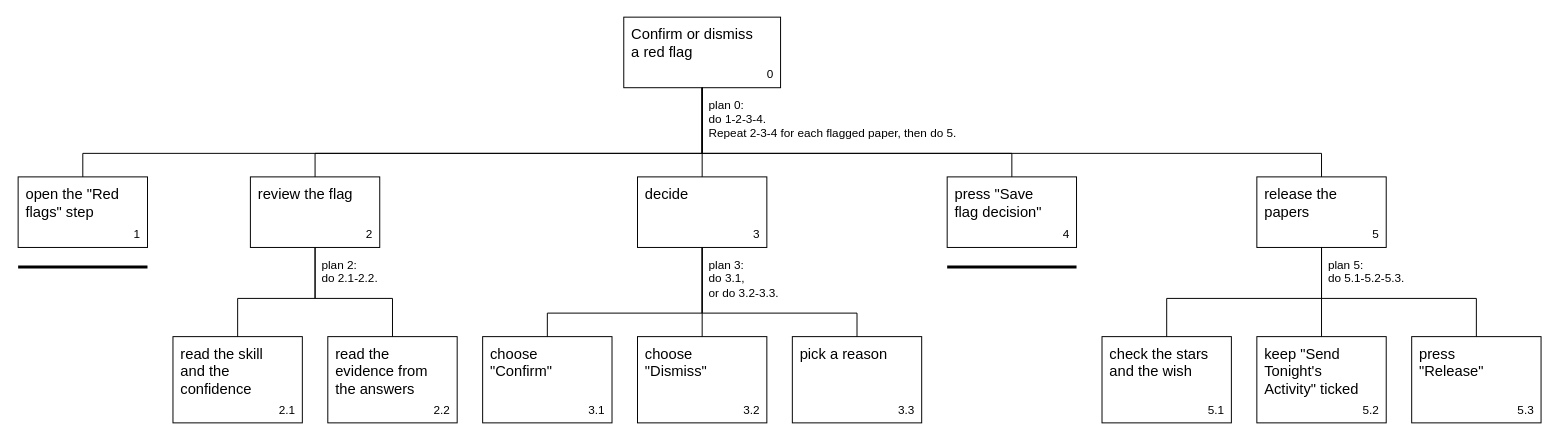
The draw.io diagram page "T2 Confirm or dismiss red flag" (2 of 4) of Sprout_HTDs/Teacher_HTDs.drawio in AmrKoura/HCI_DAMNS, before the edit. Source tidied: cells renumbered, new cells numbered last; positions are measured from the earlier drawing's top-left corner, leaving out a move shared by most shapes. Both pictures are drawn from the tidied source at 98%, with x=0, y=0 at pixel (18, 17).
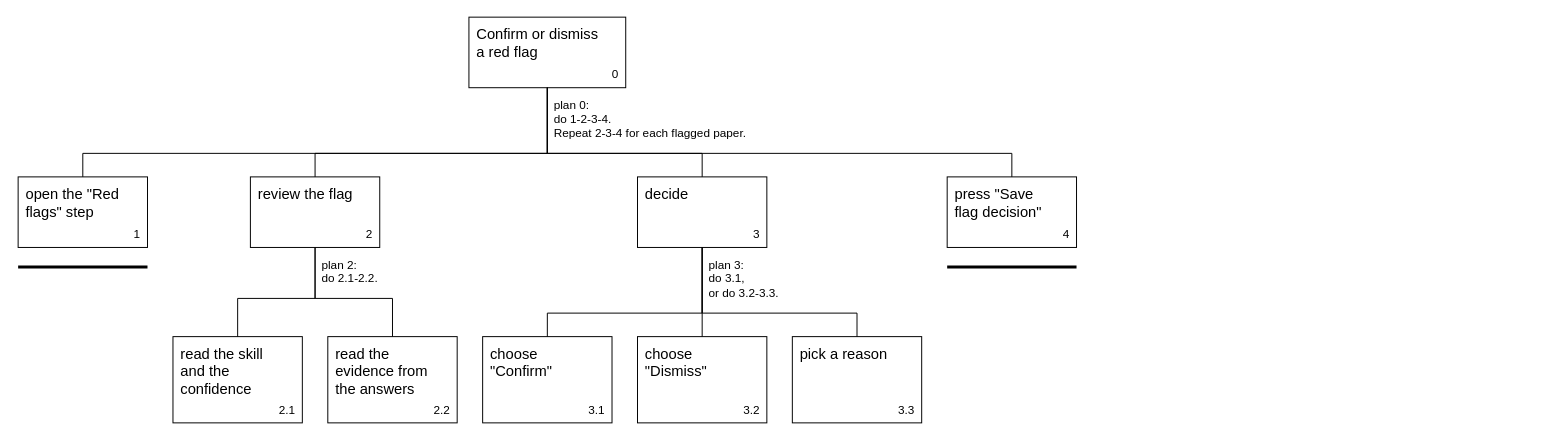
After the change.

Commit message (it also covers changes not shown here):
M3: widen T1 to full grading, add T4 Return the results, split release out of T2

The change refers to these unchanged cells:
```xml
<mxCell id="4" value="open the &quot;Red flags&quot; step" style="rounded=0;whiteSpace=wrap;html=1;fillColor=#FFFFFF;strokeColor=#000000;fontColor=#000000;fontFamily=Helvetica;fontSize=15;align=left;verticalAlign=top;spacingLeft=6;spacingTop=2;spacingRight=22;" parent="1" vertex="1">
  <mxGeometry y="163" width="132" height="72" as="geometry" />
</mxCell>
<mxCell id="6" value="review the flag" style="rounded=0;whiteSpace=wrap;html=1;fillColor=#FFFFFF;strokeColor=#000000;fontColor=#000000;fontFamily=Helvetica;fontSize=15;align=left;verticalAlign=top;spacingLeft=6;spacingTop=2;spacingRight=22;" parent="1" vertex="1">
  <mxGeometry x="237" y="163" width="132" height="72" as="geometry" />
</mxCell>
<mxCell id="12" value="decide" style="rounded=0;whiteSpace=wrap;html=1;fillColor=#FFFFFF;strokeColor=#000000;fontColor=#000000;fontFamily=Helvetica;fontSize=15;align=left;verticalAlign=top;spacingLeft=6;spacingTop=2;spacingRight=22;" parent="1" vertex="1">
  <mxGeometry x="632" y="163" width="132" height="72" as="geometry" />
</mxCell>
<mxCell id="20" value="press &quot;Save flag decision&quot;" style="rounded=0;whiteSpace=wrap;html=1;fillColor=#FFFFFF;strokeColor=#000000;fontColor=#000000;fontFamily=Helvetica;fontSize=15;align=left;verticalAlign=top;spacingLeft=6;spacingTop=2;spacingRight=22;" parent="1" vertex="1">
  <mxGeometry x="948" y="163" width="132" height="72" as="geometry" />
</mxCell>
```

Diff of the diagram source:
```diff
@@
     <mxCell id="2" value="Confirm or dismiss a red flag" style="rounded=0;whiteSpace=wrap;html=1;fillColor=#FFFFFF;strokeColor=#000000;fontColor=#000000;fontFamily=Helvetica;fontSize=15;align=left;verticalAlign=top;spacingLeft=6;spacingTop=2;spacingRight=22;" parent="1" vertex="1">
-      <mxGeometry x="618" width="160" height="72" as="geometry" />
+      <mxGeometry x="460" width="160" height="72" as="geometry" />
     </mxCell>
     <mxCell id="3" value="0" style="text;html=1;fontFamily=Helvetica;fontSize=12;align=right;verticalAlign=bottom;fontColor=#000000;" parent="1" vertex="1">
-      <mxGeometry x="758" y="50" width="14" height="18" as="geometry" />
+      <mxGeometry x="600" y="50" width="14" height="18" as="geometry" />
     </mxCell>
@@
-    <mxCell id="22" value="release the papers" style="rounded=0;whiteSpace=wrap;html=1;fillColor=#FFFFFF;strokeColor=#000000;fontColor=#000000;fontFamily=Helvetica;fontSize=15;align=left;verticalAlign=top;spacingLeft=6;spacingTop=2;spacingRight=22;" parent="1" vertex="1">
-      <mxGeometry x="1264" y="163" width="132" height="72" as="geometry" />
-    </mxCell>
-    <mxCell id="23" value="5" style="text;html=1;fontFamily=Helvetica;fontSize=12;align=right;verticalAlign=bottom;fontColor=#000000;" parent="1" vertex="1">
-      <mxGeometry x="1376" y="213" width="14" height="18" as="geometry" />
-    </mxCell>
-    <mxCell id="24" value="check the stars and the wish" style="rounded=0;whiteSpace=wrap;html=1;fillColor=#FFFFFF;strokeColor=#000000;fontColor=#000000;fontFamily=Helvetica;fontSize=15;align=left;verticalAlign=top;spacingLeft=6;spacingTop=2;spacingRight=22;" parent="1" vertex="1">
-      <mxGeometry x="1106" y="326" width="132" height="88" as="geometry" />
-    </mxCell>
-    <mxCell id="25" value="5.1" style="text;html=1;fontFamily=Helvetica;fontSize=12;align=right;verticalAlign=bottom;fontColor=#000000;" parent="1" vertex="1">
-      <mxGeometry x="1208" y="392" width="24" height="18" as="geometry" />
-    </mxCell>
-    <mxCell id="26" value="keep &quot;Send Tonight's Activity&quot; ticked" style="rounded=0;whiteSpace=wrap;html=1;fillColor=#FFFFFF;strokeColor=#000000;fontColor=#000000;fontFamily=Helvetica;fontSize=15;align=left;verticalAlign=top;spacingLeft=6;spacingTop=2;spacingRight=22;" parent="1" vertex="1">
-      <mxGeometry x="1264" y="326" width="132" height="88" as="geometry" />
-    </mxCell>
-    <mxCell id="27" value="5.2" style="text;html=1;fontFamily=Helvetica;fontSize=12;align=right;verticalAlign=bottom;fontColor=#000000;" parent="1" vertex="1">
-      <mxGeometry x="1366" y="392" width="24" height="18" as="geometry" />
-    </mxCell>
-    <mxCell id="28" value="press &quot;Release&quot;" style="rounded=0;whiteSpace=wrap;html=1;fillColor=#FFFFFF;strokeColor=#000000;fontColor=#000000;fontFamily=Helvetica;fontSize=15;align=left;verticalAlign=top;spacingLeft=6;spacingTop=2;spacingRight=22;" parent="1" vertex="1">
-      <mxGeometry x="1422" y="326" width="132" height="88" as="geometry" />
-    </mxCell>
-    <mxCell id="29" value="5.3" style="text;html=1;fontFamily=Helvetica;fontSize=12;align=right;verticalAlign=bottom;fontColor=#000000;" parent="1" vertex="1">
-      <mxGeometry x="1524" y="392" width="24" height="18" as="geometry" />
-    </mxCell>
     <mxCell id="30" style="edgeStyle=none;rounded=0;html=1;endArrow=none;strokeColor=#000000;exitX=0.5;exitY=1;exitDx=0;exitDy=0;entryX=0.5;entryY=0;entryDx=0;entryDy=0;" parent="1" edge="1" source="2" target="4">
       <mxGeometry relative="1" as="geometry">
         <Array as="points">
-          <mxPoint x="698" y="139" />
+          <mxPoint x="540" y="139" />
           <mxPoint x="66" y="139" />
         </Array>
       </mxGeometry>
     </mxCell>
     <mxCell id="31" style="edgeStyle=none;rounded=0;html=1;endArrow=none;strokeColor=#000000;exitX=0.5;exitY=1;exitDx=0;exitDy=0;entryX=0.5;entryY=0;entryDx=0;entryDy=0;" parent="1" edge="1" source="2" target="6">
       <mxGeometry relative="1" as="geometry">
         <Array as="points">
-          <mxPoint x="698" y="139" />
+          <mxPoint x="540" y="139" />
           <mxPoint x="303" y="139" />
         </Array>
       </mxGeometry>
     </mxCell>
     <mxCell id="32" style="edgeStyle=none;rounded=0;html=1;endArrow=none;strokeColor=#000000;exitX=0.5;exitY=1;exitDx=0;exitDy=0;entryX=0.5;entryY=0;entryDx=0;entryDy=0;" parent="1" edge="1" source="2" target="12">
       <mxGeometry relative="1" as="geometry">
         <Array as="points">
-          <mxPoint x="698" y="139" />
+          <mxPoint x="540" y="139" />
           <mxPoint x="698" y="139" />
         </Array>
       </mxGeometry>
     </mxCell>
     <mxCell id="33" style="edgeStyle=none;rounded=0;html=1;endArrow=none;strokeColor=#000000;exitX=0.5;exitY=1;exitDx=0;exitDy=0;entryX=0.5;entryY=0;entryDx=0;entryDy=0;" parent="1" edge="1" source="2" target="20">
       <mxGeometry relative="1" as="geometry">
         <Array as="points">
-          <mxPoint x="698" y="139" />
+          <mxPoint x="540" y="139" />
           <mxPoint x="1014" y="139" />
         </Array>
       </mxGeometry>
     </mxCell>
-    <mxCell id="34" style="edgeStyle=none;rounded=0;html=1;endArrow=none;strokeColor=#000000;exitX=0.5;exitY=1;exitDx=0;exitDy=0;entryX=0.5;entryY=0;entryDx=0;entryDy=0;" parent="1" edge="1" source="2" target="22">
-      <mxGeometry relative="1" as="geometry">
-        <Array as="points">
-          <mxPoint x="698" y="139" />
-          <mxPoint x="1330" y="139" />
-        </Array>
-      </mxGeometry>
-    </mxCell>
@@
-    <mxCell id="40" style="edgeStyle=none;rounded=0;html=1;endArrow=none;strokeColor=#000000;exitX=0.5;exitY=1;exitDx=0;exitDy=0;entryX=0.5;entryY=0;entryDx=0;entryDy=0;" parent="1" edge="1" source="22" target="24">
-      <mxGeometry relative="1" as="geometry">
-        <Array as="points">
-          <mxPoint x="1330" y="287" />
-          <mxPoint x="1172" y="287" />
-        </Array>
-      </mxGeometry>
-    </mxCell>
-    <mxCell id="41" style="edgeStyle=none;rounded=0;html=1;endArrow=none;strokeColor=#000000;exitX=0.5;exitY=1;exitDx=0;exitDy=0;entryX=0.5;entryY=0;entryDx=0;entryDy=0;" parent="1" edge="1" source="22" target="26">
-      <mxGeometry relative="1" as="geometry">
-        <Array as="points">
-          <mxPoint x="1330" y="287" />
-          <mxPoint x="1330" y="287" />
-        </Array>
-      </mxGeometry>
-    </mxCell>
-    <mxCell id="42" style="edgeStyle=none;rounded=0;html=1;endArrow=none;strokeColor=#000000;exitX=0.5;exitY=1;exitDx=0;exitDy=0;entryX=0.5;entryY=0;entryDx=0;entryDy=0;" parent="1" edge="1" source="22" target="28">
-      <mxGeometry relative="1" as="geometry">
-        <Array as="points">
-          <mxPoint x="1330" y="287" />
-          <mxPoint x="1488" y="287" />
-        </Array>
-      </mxGeometry>
-    </mxCell>
-    <mxCell id="43" value="plan 0:&lt;br&gt;do 1-2-3-4.&lt;br&gt;Repeat 2-3-4 for each flagged paper, then do 5." style="text;html=1;fontFamily=Helvetica;fontSize=12;align=left;verticalAlign=top;spacing=0;fontColor=#000000;" parent="1" vertex="1">
-      <mxGeometry x="705" y="78" width="272" height="49" as="geometry" />
+    <mxCell id="43" value="plan 0:&lt;br&gt;do 1-2-3-4.&lt;br&gt;Repeat 2-3-4 for each flagged paper." style="text;html=1;fontFamily=Helvetica;fontSize=12;align=left;verticalAlign=top;spacing=0;fontColor=#000000;" parent="1" vertex="1">
+      <mxGeometry x="547" y="78" width="217" height="49" as="geometry" />
     </mxCell>
@@
-    <mxCell id="46" value="plan 5:&lt;br&gt;do 5.1-5.2-5.3." style="text;html=1;fontFamily=Helvetica;fontSize=12;align=left;verticalAlign=top;spacing=0;fontColor=#000000;" parent="1" vertex="1">
-      <mxGeometry x="1337" y="241" width="98" height="34" as="geometry" />
-    </mxCell>
```
